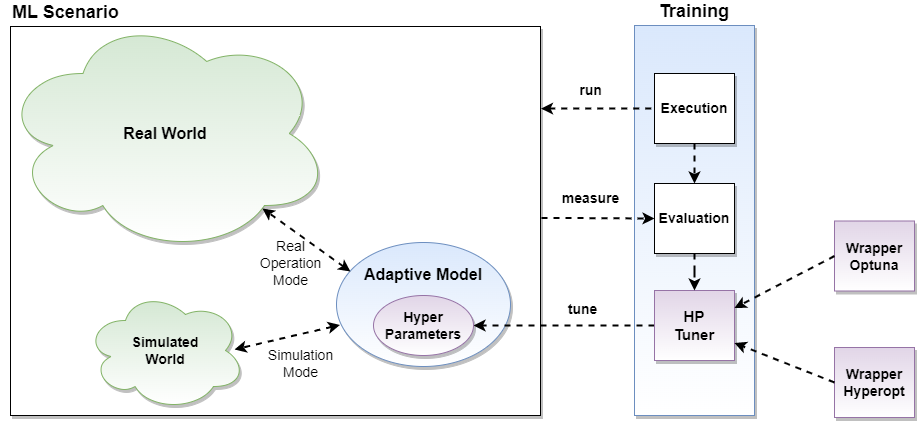
This is doc/rtd/content/02_basic_functions/mlpro_bf/sub/layer4_machine_learning/images/MLPro-BF-ML_overview.drawio.png from fhswf/MLPro, a draw.io export, as it was before one commit. Source tidied: cells renumbered, new cells last; positions are measured from the earlier drawing's top-left corner, leaving out a move shared by most shapes.
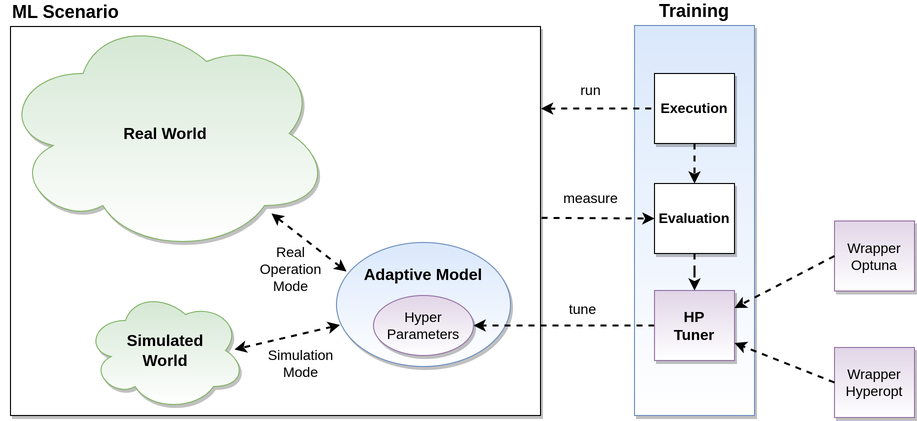
After the commit.

Change to the diagram source:
```diff
@@ -8,7 +8,7 @@
     <mxCell id="3" value="Adaptive Model" style="ellipse;whiteSpace=wrap;html=1;fillColor=#dae8fc;strokeColor=#6c8ebf;fontStyle=1;fontSize=16;verticalAlign=top;spacingTop=16;gradientColor=#FFFFFF;shadow=1;" parent="1" vertex="1">
       <mxGeometry x="336" y="229" width="174" height="124" as="geometry" />
     </mxCell>
-    <mxCell id="4" value="Simulated&lt;br style=&quot;font-size: 14px;&quot;&gt;World" style="ellipse;shape=cloud;whiteSpace=wrap;html=1;shadow=1;fontStyle=1;fontSize=14;fillColor=#d5e8d4;strokeColor=#82b366;gradientColor=#FFFFFF;" parent="1" vertex="1">
+    <mxCell id="4" value="Simulated&lt;br style=&quot;font-size: 16px;&quot;&gt;World" style="ellipse;shape=cloud;whiteSpace=wrap;html=1;shadow=1;fontStyle=1;fontSize=16;fillColor=#d5e8d4;strokeColor=#82b366;gradientColor=#FFFFFF;" parent="1" vertex="1">
       <mxGeometry x="85" y="277" width="160" height="120" as="geometry" />
     </mxCell>
     <mxCell id="5" value="Real World" style="ellipse;shape=cloud;whiteSpace=wrap;html=1;shadow=1;fontSize=16;fontStyle=1;fillColor=#d5e8d4;strokeColor=#82b366;gradientColor=#FFFFFF;" parent="1" vertex="1">
@@ -17,16 +17,16 @@
     <mxCell id="6" value="Training" style="rounded=0;whiteSpace=wrap;html=1;fillColor=#dae8fc;verticalAlign=bottom;fontStyle=1;align=center;fontSize=18;labelPosition=center;verticalLabelPosition=top;shadow=1;strokeColor=#6c8ebf;gradientColor=#FFFFFF;" parent="1" vertex="1">
       <mxGeometry x="634" y="12" width="120" height="390" as="geometry" />
     </mxCell>
-    <mxCell id="7" value="tune" style="edgeStyle=orthogonalEdgeStyle;rounded=0;jettySize=auto;html=1;fontSize=14;dashed=1;strokeWidth=2;fontStyle=1;labelBackgroundColor=none;" parent="1" edge="1" source="8" target="19">
+    <mxCell id="7" value="tune" style="edgeStyle=orthogonalEdgeStyle;rounded=0;jettySize=auto;html=1;fontSize=14;dashed=1;strokeWidth=2;fontStyle=0;labelBackgroundColor=none;" parent="1" edge="1" source="8" target="19">
       <mxGeometry x="-0.21" y="-16" relative="1" as="geometry" />
     </mxCell>
     <mxCell id="8" value="HP&lt;br style=&quot;font-size: 15px;&quot;&gt;Tuner" style="rounded=0;whiteSpace=wrap;html=1;fontSize=15;fillColor=#e1d5e7;fontStyle=1;strokeColor=#9673a6;gradientColor=#FFFFFF;shadow=1;" parent="1" vertex="1">
       <mxGeometry x="654" y="277" width="80" height="70" as="geometry" />
     </mxCell>
-    <mxCell id="9" value="Wrapper&lt;br style=&quot;font-size: 14px;&quot;&gt;Optuna" style="rounded=0;whiteSpace=wrap;html=1;fontSize=14;fillColor=#e1d5e7;strokeColor=#9673a6;gradientColor=#FFFFFF;shadow=1;fontStyle=1;" parent="1" vertex="1">
+    <mxCell id="9" value="Wrapper&lt;br style=&quot;font-size: 14px;&quot;&gt;Optuna" style="rounded=0;whiteSpace=wrap;html=1;fontSize=14;fillColor=#e1d5e7;strokeColor=#9673a6;gradientColor=#FFFFFF;shadow=1;fontStyle=0;" parent="1" vertex="1">
       <mxGeometry x="834" y="207.5" width="80" height="70" as="geometry" />
     </mxCell>
-    <mxCell id="10" value="Wrapper&lt;br style=&quot;font-size: 14px;&quot;&gt;Hyperopt" style="rounded=0;whiteSpace=wrap;html=1;fontSize=14;fillColor=#e1d5e7;strokeColor=#9673a6;gradientColor=#FFFFFF;shadow=1;fontStyle=1;" parent="1" vertex="1">
+    <mxCell id="10" value="Wrapper&lt;br style=&quot;font-size: 14px;&quot;&gt;Hyperopt" style="rounded=0;whiteSpace=wrap;html=1;fontSize=14;fillColor=#e1d5e7;strokeColor=#9673a6;gradientColor=#FFFFFF;shadow=1;fontStyle=0;" parent="1" vertex="1">
       <mxGeometry x="834" y="334" width="80" height="70" as="geometry" />
     </mxCell>
     <mxCell id="11" style="endArrow=classic;html=1;rounded=0;dashed=1;strokeWidth=2;fontSize=12;exitX=0;exitY=0.5;exitDx=0;exitDy=0;entryX=1;entryY=0.25;entryDx=0;entryDy=0;" parent="1" edge="1" source="9" target="8">
@@ -41,7 +41,7 @@
     <mxCell id="14" value="Evaluation" style="rounded=0;whiteSpace=wrap;html=1;fontSize=14;fillColor=default;gradientColor=#FFFFFF;fontStyle=1;shadow=1;" parent="1" vertex="1">
       <mxGeometry x="654" y="170" width="80" height="70" as="geometry" />
     </mxCell>
-    <mxCell id="15" value="measure" style="endArrow=classic;html=1;rounded=0;dashed=1;strokeWidth=2;fontSize=14;entryX=0;entryY=0.5;entryDx=0;entryDy=0;exitX=1.002;exitY=0.492;exitDx=0;exitDy=0;endFill=1;startArrow=none;startFill=0;fontStyle=1;exitPerimeter=0;labelBackgroundColor=none;" parent="1" edge="1" source="2" target="14">
+    <mxCell id="15" value="measure" style="endArrow=classic;html=1;rounded=0;dashed=1;strokeWidth=2;fontSize=14;entryX=0;entryY=0.5;entryDx=0;entryDy=0;exitX=1.002;exitY=0.492;exitDx=0;exitDy=0;endFill=1;startArrow=none;startFill=0;fontStyle=0;exitPerimeter=0;labelBackgroundColor=none;" parent="1" edge="1" source="2" target="14">
       <mxGeometry x="-0.14" y="20" relative="1" as="geometry" />
     </mxCell>
     <mxCell id="16" style="edgeStyle=orthogonalEdgeStyle;rounded=0;jettySize=auto;html=1;dashed=1;strokeWidth=2;fontSize=14;startArrow=none;startFill=0;endArrow=classic;endFill=1;" parent="1" edge="1" source="17" target="14">
@@ -50,10 +50,10 @@
     <mxCell id="17" value="Execution" style="rounded=0;whiteSpace=wrap;html=1;fontSize=14;fillColor=default;gradientColor=#FFFFFF;fontStyle=1;shadow=1;" parent="1" vertex="1">
       <mxGeometry x="654" y="60" width="80" height="70" as="geometry" />
     </mxCell>
-    <mxCell id="18" value="run" style="endArrow=none;html=1;rounded=0;dashed=1;strokeWidth=2;fontSize=14;entryX=0;entryY=0.5;entryDx=0;entryDy=0;endFill=0;startArrow=classic;startFill=1;fontStyle=1;exitX=1.001;exitY=0.211;exitDx=0;exitDy=0;exitPerimeter=0;labelBackgroundColor=none;" parent="1" edge="1" source="2" target="17">
+    <mxCell id="18" value="run" style="endArrow=none;html=1;rounded=0;dashed=1;strokeWidth=2;fontSize=14;entryX=0;entryY=0.5;entryDx=0;entryDy=0;endFill=0;startArrow=classic;startFill=1;fontStyle=0;exitX=1.001;exitY=0.211;exitDx=0;exitDy=0;exitPerimeter=0;labelBackgroundColor=none;" parent="1" edge="1" source="2" target="17">
       <mxGeometry x="-0.14" y="18" relative="1" as="geometry" />
     </mxCell>
-    <mxCell id="19" value="Hyper&lt;br style=&quot;font-size: 14px;&quot;&gt;Parameters" style="ellipse;whiteSpace=wrap;html=1;fontSize=14;fillColor=#e1d5e7;fontStyle=1;strokeColor=#9673a6;gradientColor=#FFFFFF;shadow=1;" parent="1" vertex="1">
+    <mxCell id="19" value="Hyper&lt;br style=&quot;font-size: 14px;&quot;&gt;Parameters" style="ellipse;whiteSpace=wrap;html=1;fontSize=14;fillColor=#e1d5e7;fontStyle=0;strokeColor=#9673a6;gradientColor=#FFFFFF;shadow=1;" parent="1" vertex="1">
       <mxGeometry x="373" y="282" width="100" height="60" as="geometry" />
     </mxCell>
     <mxCell id="20" value="Simulation&lt;br&gt;Mode" style="endArrow=classic;html=1;rounded=0;dashed=1;strokeWidth=2;fontSize=14;exitX=0.02;exitY=0.665;exitDx=0;exitDy=0;exitPerimeter=0;startArrow=classic;startFill=1;labelBackgroundColor=none;" parent="1" edge="1" source="3">
@@ -61,10 +61,11 @@
         <mxPoint x="234" y="336" as="targetPoint" />
       </mxGeometry>
     </mxCell>
-    <mxCell id="21" value="Real&lt;br&gt;Operation&lt;br&gt;Mode" style="endArrow=classic;html=1;rounded=0;dashed=1;strokeWidth=2;fontSize=14;exitX=0.08;exitY=0.234;exitDx=0;exitDy=0;exitPerimeter=0;startArrow=classic;startFill=1;labelBackgroundColor=none;" parent="1" edge="1" source="3">
-      <mxGeometry x="-0.01" y="28" relative="1" as="geometry">
-        <mxPoint x="262" y="195" as="targetPoint" />
-        <mxPoint x="-1" as="offset" />
+    <mxCell id="21" value="Real&lt;br&gt;Operation&lt;br&gt;Mode" style="endArrow=classic;html=1;rounded=0;dashed=1;strokeWidth=2;fontSize=14;startArrow=classic;startFill=1;labelBackgroundColor=none;" parent="1" edge="1">
+      <mxGeometry x="-0.04" y="33" relative="1" as="geometry">
+        <mxPoint x="346" y="258" as="sourcePoint" />
+        <mxPoint x="271" y="200" as="targetPoint" />
+        <mxPoint x="1" as="offset" />
       </mxGeometry>
     </mxCell>
   </root>
```
